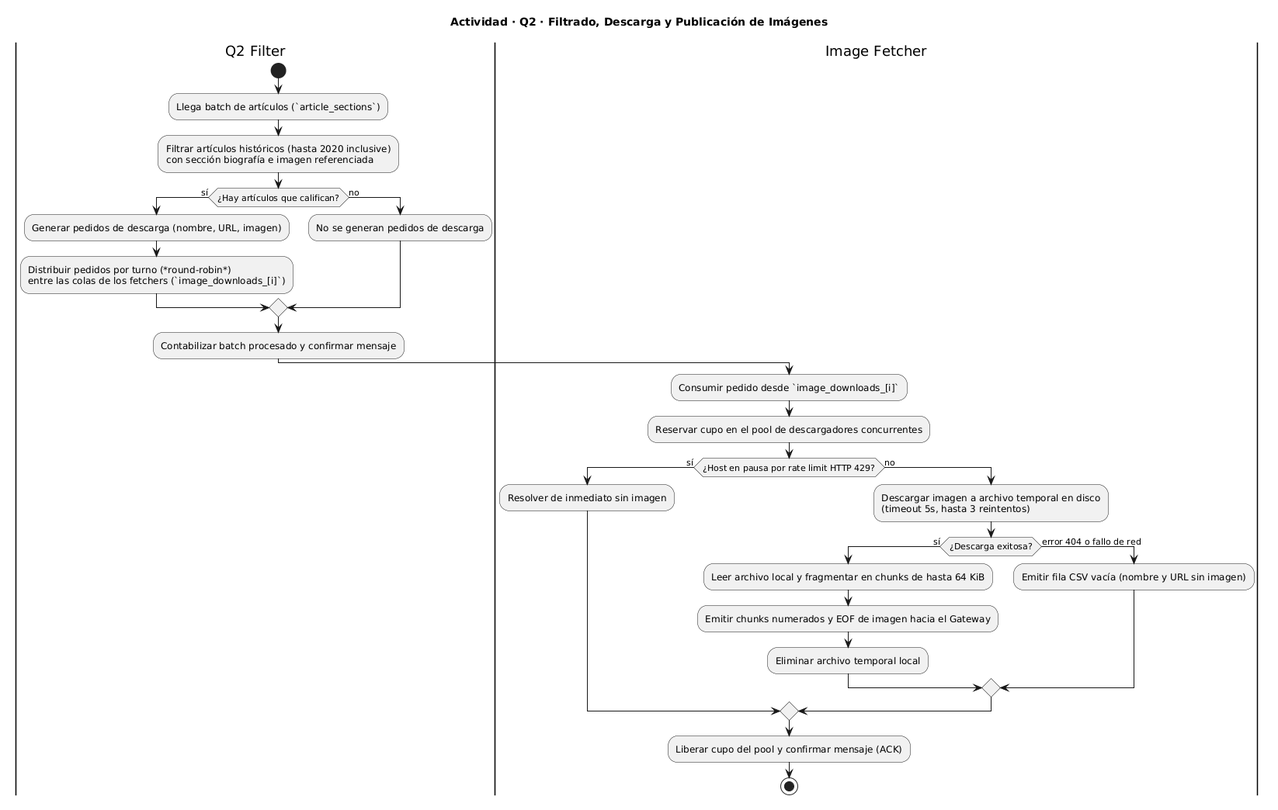
The PlantUML diagram Diagramas/actividad/actividad q2.png in NicoPodesta/trabajo-final-distribuidos, before a commit.
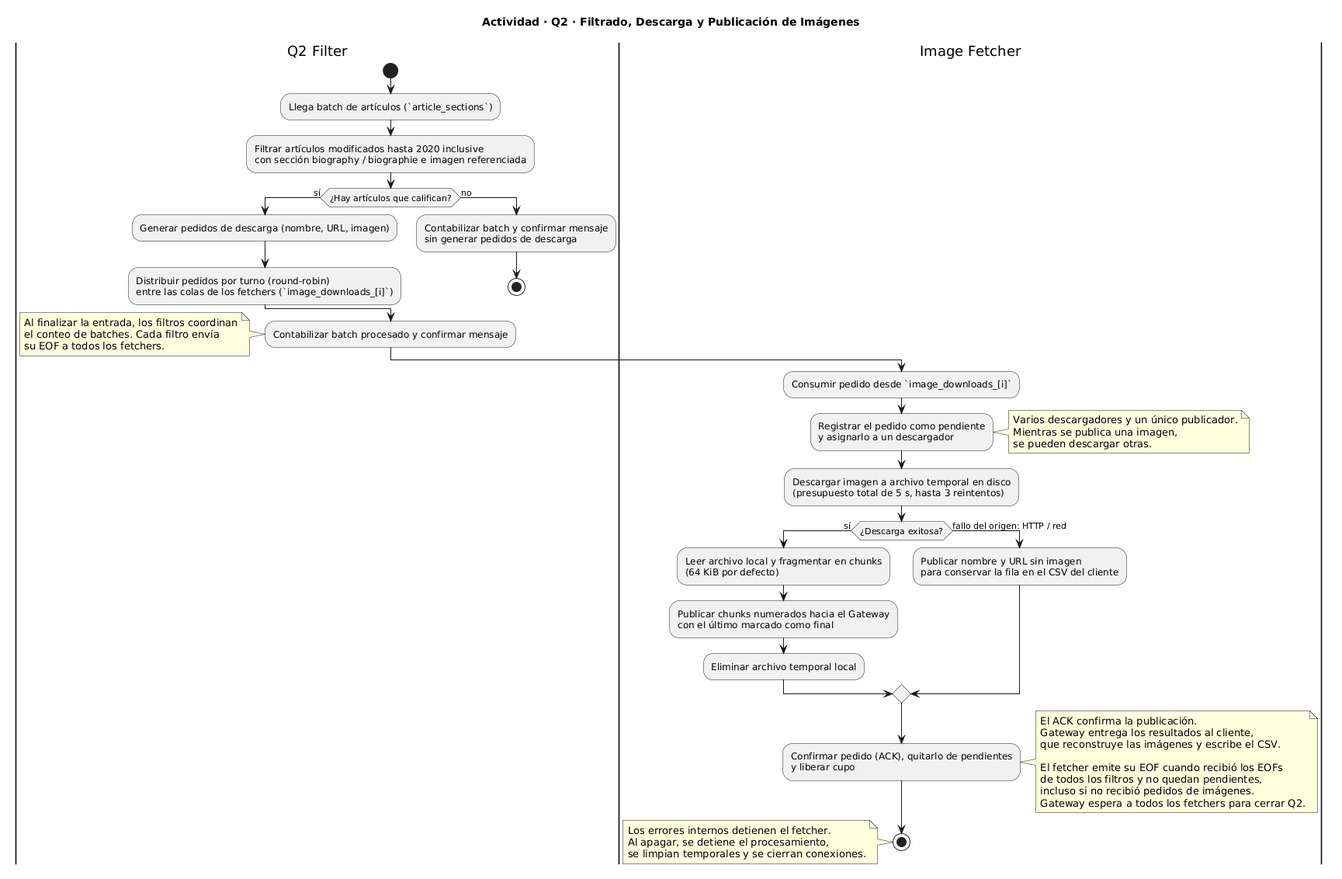
The same file after the commit.

Commit message:
Docs: Actualizo diagrama de actividad q2

Diff of the diagram source:
```diff
@@ -6,34 +6,58 @@
 |Q2 Filter|
 start
 :Llega batch de artículos (`article_sections`);
-:Filtrar artículos históricos (hasta 2020 inclusive)\ncon sección biografía e imagen referenciada;
+:Filtrar artículos modificados hasta 2020 inclusive\ncon sección biography / biographie e imagen referenciada;
 
 if (¿Hay artículos que califican?) then (sí)
   :Generar pedidos de descarga (nombre, URL, imagen);
-  :Distribuir pedidos por turno (*round-robin*)\nentre las colas de los fetchers (`image_downloads_[i]`);
+  :Distribuir pedidos por turno (round-robin)\nentre las colas de los fetchers (`image_downloads_[i]`);
 else (no)
-  :No se generan pedidos de descarga;
+  :Contabilizar batch y confirmar mensaje\nsin generar pedidos de descarga;
+  stop
 endif
 
 :Contabilizar batch procesado y confirmar mensaje;
+note left
+  Al finalizar la entrada, los filtros coordinan
+  el conteo de batches. Cada filtro envía
+  su EOF a todos los fetchers.
+end note
 
 |Image Fetcher|
 :Consumir pedido desde `image_downloads_[i]`;
-:Reservar cupo en el pool de descargadores concurrentes;
+:Registrar el pedido como pendiente\ny asignarlo a un descargador;
+note right
+  Varios descargadores y un único publicador.
+  Mientras se publica una imagen,
+  se pueden descargar otras.
+end note
 
-if (¿Host en pausa por rate limit HTTP 429?) then (sí)
-  :Resolver de inmediato sin imagen;
-else (no)
-  :Descargar imagen a archivo temporal en disco\n(timeout 5s, hasta 3 reintentos);
-  if (¿Descarga exitosa?) then (sí)
-    :Leer archivo local y fragmentar en chunks de hasta 64 KiB;
-    :Emitir chunks numerados y EOF de imagen hacia el Gateway;
-    :Eliminar archivo temporal local;
-  else (error 404 o fallo de red)
-    :Emitir fila CSV vacía (nombre y URL sin imagen);
-  endif
+:Descargar imagen a archivo temporal en disco\n(presupuesto total de 5 s, hasta 3 reintentos);
+if (¿Descarga exitosa?) then (sí)
+  :Leer archivo local y fragmentar en chunks\n(64 KiB por defecto);
+  :Publicar chunks numerados hacia el Gateway\ncon el último marcado como final;
+  :Eliminar archivo temporal local;
+else (fallo del origen: HTTP / red)
+  :Publicar nombre y URL sin imagen\npara conservar la fila en el CSV del cliente;
 endif
 
-:Liberar cupo del pool y confirmar mensaje (ACK);
+:Confirmar pedido (ACK), quitarlo de pendientes\ny liberar cupo;
+note right
+  El ACK confirma la publicación.
+  Gateway entrega los resultados al cliente,
+  que reconstruye las imágenes y escribe el CSV.
+
+  El fetcher emite su EOF cuando recibió los EOFs
+  de todos los filtros y no quedan pendientes,
+  incluso si no recibió pedidos de imágenes.
+  Gateway espera a todos los fetchers para cerrar Q2.
+end note
 stop
+
+note left
+  Los errores internos detienen el fetcher.
+  Al apagar, se detiene el procesamiento,
+  se limpian temporales y se cierran conexiones.
+end note
+
 @enduml
```
